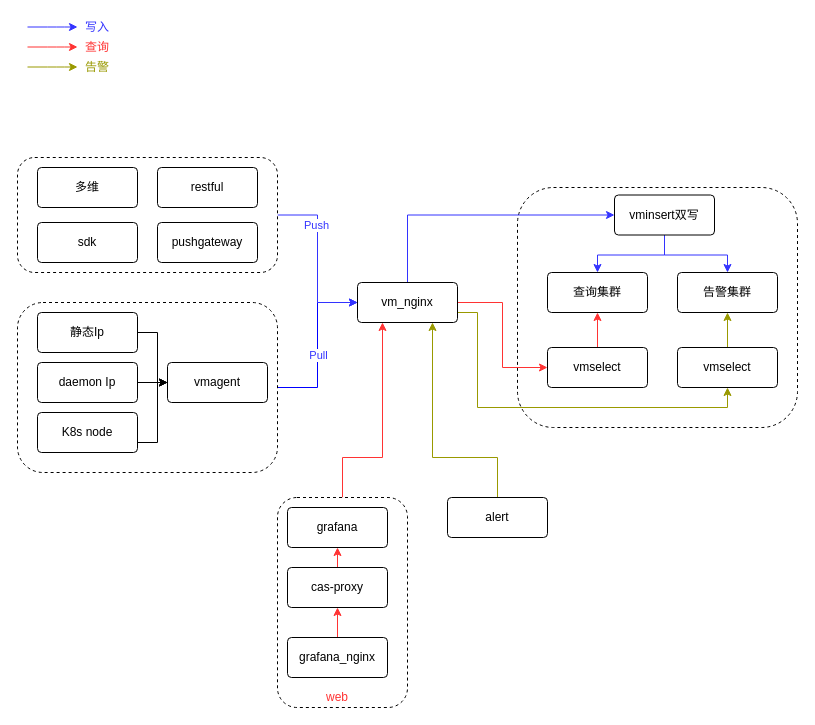
The draw.io diagram Untitled Diagram.drawio in bleedfish/hello-world, before the edit. Source tidied: cells renumbered, new cells numbered last; positions are measured from the earlier drawing's top-left corner, leaving out a move shared by most shapes. Both pictures are drawn from the tidied source at 100%, with x=0, y=0 at pixel (17, 17).
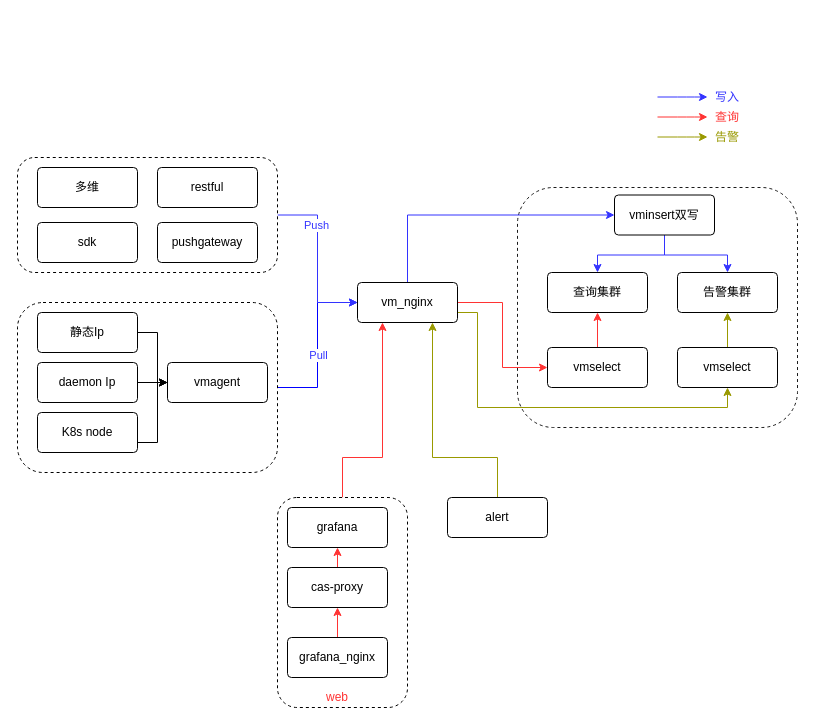
The same diagram, later.

Diff of the diagram source:
```diff
@@
-    <mxCell id="4" style="rounded=1;whiteSpace=wrap;html=1;dashed=1;" parent="1" vertex="1">
+    <mxCell id="4" style="rounded=1;whiteSpace=wrap;html=1;dashed=1;fillColor=none;strokeColor=#1A1A1A;" parent="1" vertex="1">
       <mxGeometry x="500" y="170" width="280" height="240" as="geometry" />
     </mxCell>
@@
     <mxCell id="37" style="endArrow=classic;html=1;fontColor=#3333FF;strokeColor=#FF3333;" parent="1" edge="1">
       <mxGeometry relative="1" as="geometry">
-        <mxPoint x="10" y="29.5" as="sourcePoint" />
-        <mxPoint x="60" y="29.5" as="targetPoint" />
+        <mxPoint x="640" y="99.5" as="sourcePoint" />
+        <mxPoint x="690" y="99.5" as="targetPoint" />
         <Array as="points">
-          <mxPoint x="40" y="29.5" />
+          <mxPoint x="670" y="99.5" />
         </Array>
       </mxGeometry>
     </mxCell>
     <mxCell id="38" value="查询" style="text;html=1;strokeColor=none;fillColor=none;align=center;verticalAlign=middle;whiteSpace=wrap;rounded=0;dashed=1;fontColor=#FF3333;" parent="1" vertex="1">
-      <mxGeometry x="60" y="20" width="40" height="20" as="geometry" />
+      <mxGeometry x="690" y="90" width="40" height="20" as="geometry" />
     </mxCell>
     <mxCell id="39" style="endArrow=classic;html=1;fontColor=#3333FF;strokeColor=#3333FF;" parent="1" edge="1">
       <mxGeometry relative="1" as="geometry">
-        <mxPoint x="10" y="9.5" as="sourcePoint" />
-        <mxPoint x="60" y="9.5" as="targetPoint" />
+        <mxPoint x="640" y="79.5" as="sourcePoint" />
+        <mxPoint x="690" y="79.5" as="targetPoint" />
         <Array as="points">
-          <mxPoint x="40" y="9.5" />
+          <mxPoint x="670" y="79.5" />
         </Array>
       </mxGeometry>
     </mxCell>
     <mxCell id="40" value="写入" style="text;html=1;strokeColor=none;fillColor=none;align=center;verticalAlign=middle;whiteSpace=wrap;rounded=0;dashed=1;fontColor=#3333FF;" parent="1" vertex="1">
-      <mxGeometry x="60" width="40" height="20" as="geometry" />
+      <mxGeometry x="690" y="70" width="40" height="20" as="geometry" />
     </mxCell>
@@
     <mxCell id="45" style="endArrow=classic;html=1;fontColor=#FFFF66;strokeColor=#999900;" parent="1" edge="1">
       <mxGeometry relative="1" as="geometry">
-        <mxPoint x="10" y="49.5" as="sourcePoint" />
-        <mxPoint x="60" y="49.5" as="targetPoint" />
+        <mxPoint x="640" y="119.5" as="sourcePoint" />
+        <mxPoint x="690" y="119.5" as="targetPoint" />
         <Array as="points">
-          <mxPoint x="40" y="49.5" />
+          <mxPoint x="670" y="119.5" />
         </Array>
       </mxGeometry>
     </mxCell>
     <mxCell id="46" value="告警" style="text;html=1;strokeColor=none;fillColor=none;align=center;verticalAlign=middle;whiteSpace=wrap;rounded=0;dashed=1;fontColor=#999900;" parent="1" vertex="1">
-      <mxGeometry x="60" y="40" width="40" height="20" as="geometry" />
+      <mxGeometry x="690" y="110" width="40" height="20" as="geometry" />
     </mxCell>
```
